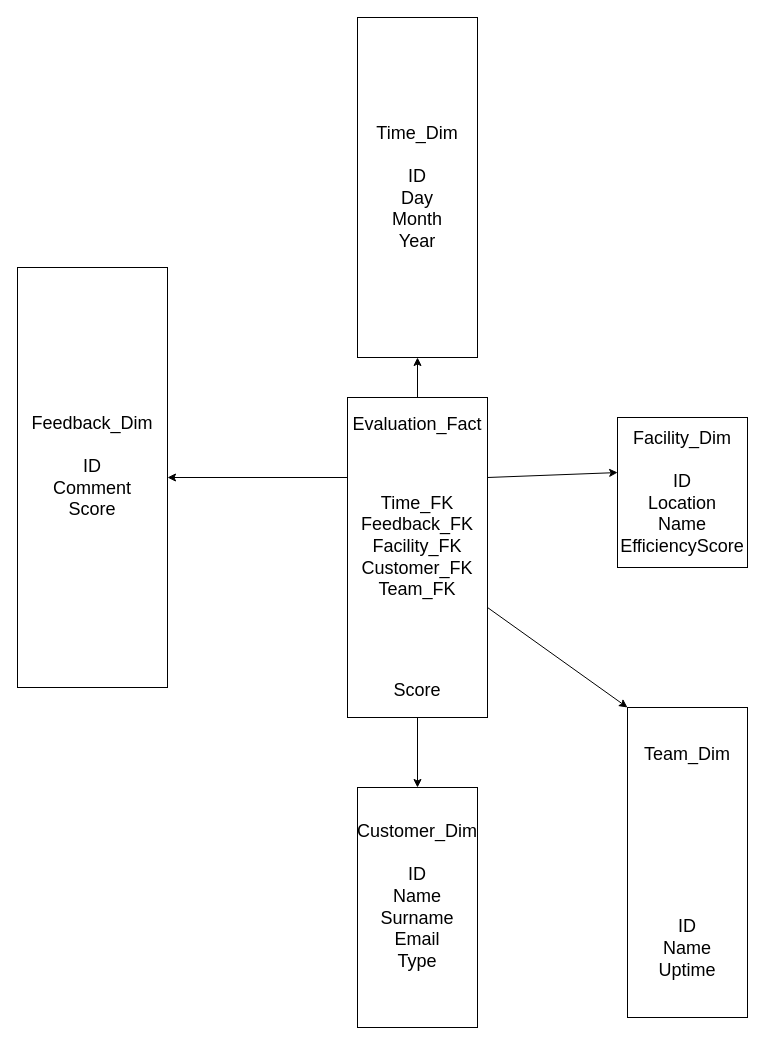
Earlier version of the draw.io diagram Exam/Documentation/Draw/Fact2.drawio (Fonty02/DBSystems). Source tidied: cells renumbered, new cells numbered last; positions are measured from the earlier drawing's top-left corner, leaving out a move shared by most shapes. Both pictures are drawn from the tidied source at 100%, with x=0, y=0 at pixel (17, 17).
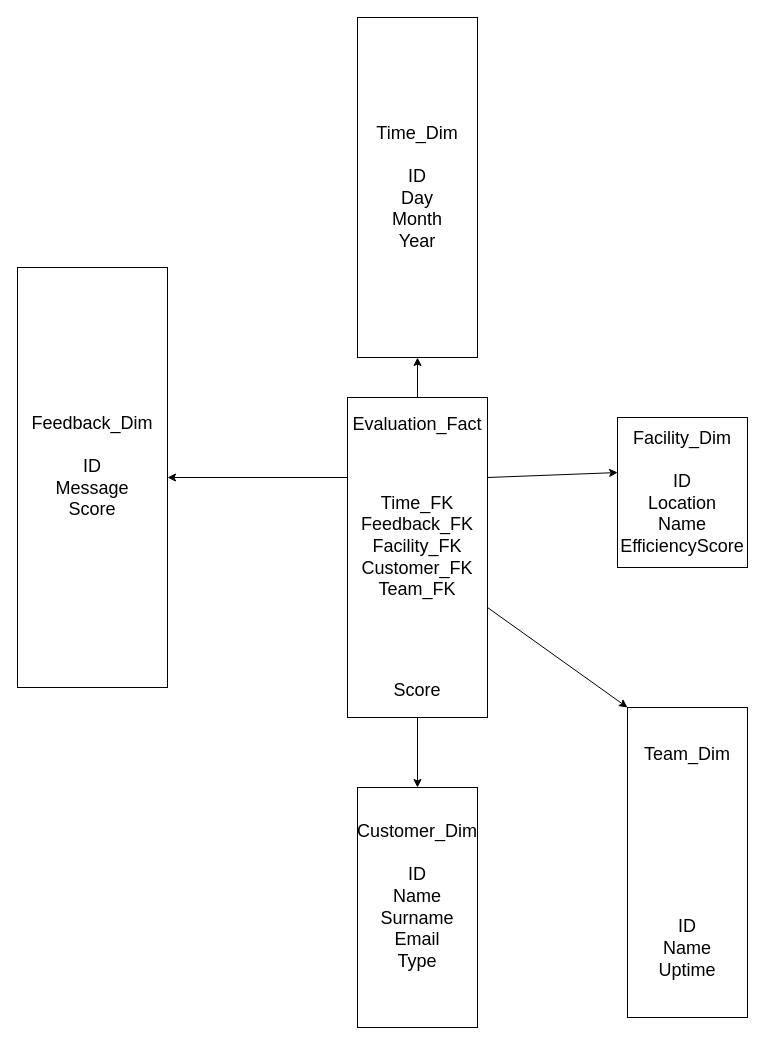
The same diagram, later.

Diff of the diagram source:
```diff
@@
 <mxGraphModel>
   <root>
     <mxCell id="0" />
     <mxCell id="1" parent="0" />
     <mxCell id="2" value="&lt;font style=&quot;font-size: 18px;&quot;&gt;Evaluation_Fact&lt;/font&gt;&lt;div&gt;&lt;font style=&quot;font-size: 18px;&quot;&gt;&lt;br&gt;&lt;/font&gt;&lt;/div&gt;&lt;div&gt;&lt;br&gt;&lt;/div&gt;&lt;div&gt;&lt;font style=&quot;font-size: 18px;&quot;&gt;&lt;br&gt;&lt;/font&gt;&lt;/div&gt;&lt;div&gt;&lt;font style=&quot;font-size: 18px;&quot;&gt;Time_FK&lt;/font&gt;&lt;/div&gt;&lt;div&gt;&lt;font style=&quot;font-size: 18px;&quot;&gt;Feedback_FK&lt;/font&gt;&lt;/div&gt;&lt;div&gt;&lt;font style=&quot;font-size: 18px;&quot;&gt;Facility_FK&lt;/font&gt;&lt;/div&gt;&lt;div&gt;&lt;font style=&quot;font-size: 18px;&quot;&gt;Customer_FK&lt;/font&gt;&lt;/div&gt;&lt;div&gt;&lt;font style=&quot;font-size: 18px;&quot;&gt;Team_FK&lt;/font&gt;&lt;/div&gt;&lt;div&gt;&lt;font style=&quot;font-size: 18px;&quot;&gt;&lt;br&gt;&lt;/font&gt;&lt;/div&gt;&lt;div&gt;&lt;br&gt;&lt;/div&gt;&lt;div&gt;&lt;font style=&quot;font-size: 18px;&quot;&gt;&lt;br&gt;&lt;/font&gt;&lt;/div&gt;&lt;div&gt;&lt;font style=&quot;font-size: 18px;&quot;&gt;&lt;br&gt;&lt;/font&gt;&lt;/div&gt;&lt;div&gt;&lt;font style=&quot;font-size: 18px;&quot;&gt;Score&lt;/font&gt;&lt;/div&gt;" style="rounded=0;whiteSpace=wrap;html=1;" parent="1" vertex="1">
       <mxGeometry x="330" y="380" width="140" height="320" as="geometry" />
     </mxCell>
-    <mxCell id="3" value="Feedback_Dim&lt;div&gt;&lt;br&gt;&lt;/div&gt;&lt;div&gt;ID&lt;/div&gt;&lt;div&gt;Comment&lt;/div&gt;&lt;div&gt;Score&lt;/div&gt;&lt;div&gt;&lt;br&gt;&lt;/div&gt;" style="rounded=0;whiteSpace=wrap;html=1;fontSize=18;" parent="1" vertex="1">
+    <mxCell id="3" value="Feedback_Dim&lt;div&gt;&lt;br&gt;&lt;/div&gt;&lt;div&gt;ID&lt;/div&gt;&lt;div&gt;&lt;span style=&quot;background-color: transparent; color: light-dark(rgb(0, 0, 0), rgb(255, 255, 255));&quot;&gt;Message&lt;/span&gt;&lt;/div&gt;&lt;div&gt;&lt;span style=&quot;background-color: transparent; color: light-dark(rgb(0, 0, 0), rgb(255, 255, 255));&quot;&gt;Score&lt;/span&gt;&lt;/div&gt;&lt;div&gt;&lt;br&gt;&lt;/div&gt;" style="rounded=0;whiteSpace=wrap;html=1;fontSize=18;" parent="1" vertex="1">
       <mxGeometry y="250" width="150" height="420" as="geometry" />
     </mxCell>
     <mxCell id="4" style="endArrow=classic;html=1;rounded=0;exitX=0;exitY=0.25;exitDx=0;exitDy=0;" parent="1" edge="1" source="2" target="3">
       <mxGeometry relative="1" as="geometry" />
     </mxCell>
     <mxCell id="5" value="Time_Dim&lt;div&gt;&lt;br&gt;&lt;/div&gt;&lt;div&gt;ID&lt;/div&gt;&lt;div&gt;Day&lt;/div&gt;&lt;div&gt;Month&lt;/div&gt;&lt;div&gt;Year&lt;/div&gt;" style="rounded=0;whiteSpace=wrap;html=1;fontSize=18;" parent="1" vertex="1">
       <mxGeometry x="340" width="120" height="340" as="geometry" />
     </mxCell>
     <mxCell id="6" style="endArrow=classic;html=1;rounded=0;exitX=0.5;exitY=0;exitDx=0;exitDy=0;entryX=0.5;entryY=1;entryDx=0;entryDy=0;" parent="1" edge="1" source="2" target="5">
       <mxGeometry relative="1" as="geometry" />
     </mxCell>
     <mxCell id="7" value="Facility_Dim&lt;div&gt;&lt;br&gt;&lt;/div&gt;&lt;div&gt;ID&lt;/div&gt;&lt;div&gt;&lt;span style=&quot;background-color: transparent; color: light-dark(rgb(0, 0, 0), rgb(255, 255, 255));&quot;&gt;Location&lt;/span&gt;&lt;/div&gt;&lt;div&gt;&lt;span style=&quot;background-color: transparent; color: light-dark(rgb(0, 0, 0), rgb(255, 255, 255));&quot;&gt;Name&lt;/span&gt;&lt;/div&gt;&lt;div&gt;&lt;span style=&quot;background-color: transparent; color: light-dark(rgb(0, 0, 0), rgb(255, 255, 255));&quot;&gt;EfficiencyScore&lt;/span&gt;&lt;/div&gt;" style="rounded=0;whiteSpace=wrap;html=1;fontSize=18;" parent="1" vertex="1">
       <mxGeometry x="600" y="400" width="130" height="150" as="geometry" />
     </mxCell>
     <mxCell id="8" style="endArrow=classic;html=1;rounded=0;entryX=0.001;entryY=0.367;entryDx=0;entryDy=0;entryPerimeter=0;exitX=1;exitY=0.25;exitDx=0;exitDy=0;" parent="1" edge="1" source="2" target="7">
       <mxGeometry relative="1" as="geometry" />
     </mxCell>
     <mxCell id="9" value="Customer_Dim&lt;div&gt;&lt;br&gt;&lt;/div&gt;&lt;div&gt;ID&lt;/div&gt;&lt;div&gt;Name&lt;/div&gt;&lt;div&gt;Surname&lt;/div&gt;&lt;div&gt;Email&lt;/div&gt;&lt;div&gt;Type&lt;/div&gt;&lt;div&gt;&lt;br&gt;&lt;/div&gt;" style="rounded=0;whiteSpace=wrap;html=1;fontSize=18;" parent="1" vertex="1">
       <mxGeometry x="340" y="770" width="120" height="240" as="geometry" />
     </mxCell>
     <mxCell id="10" style="endArrow=classic;html=1;rounded=0;exitX=0.5;exitY=1;exitDx=0;exitDy=0;entryX=0.5;entryY=0;entryDx=0;entryDy=0;" parent="1" edge="1" source="2" target="9">
       <mxGeometry relative="1" as="geometry" />
     </mxCell>
     <mxCell id="11" value="Team_Dim&lt;div&gt;&lt;br&gt;&lt;/div&gt;&lt;div&gt;&lt;br&gt;&lt;/div&gt;&lt;div&gt;&lt;br&gt;&lt;/div&gt;&lt;div&gt;&lt;br&gt;&lt;/div&gt;&lt;div&gt;&lt;br&gt;&lt;/div&gt;&lt;div&gt;&lt;br&gt;&lt;/div&gt;&lt;div&gt;&lt;br&gt;&lt;/div&gt;&lt;div&gt;ID&lt;/div&gt;&lt;div&gt;Name&lt;/div&gt;&lt;div&gt;Uptime&lt;/div&gt;" style="rounded=0;whiteSpace=wrap;html=1;fontSize=18;" parent="1" vertex="1">
       <mxGeometry x="610" y="690" width="120" height="310" as="geometry" />
     </mxCell>
     <mxCell id="12" style="endArrow=classic;html=1;rounded=0;entryX=0;entryY=0;entryDx=0;entryDy=0;" parent="1" edge="1" source="2" target="11">
       <mxGeometry relative="1" as="geometry" />
     </mxCell>
   </root>
 </mxGraphModel>
```
